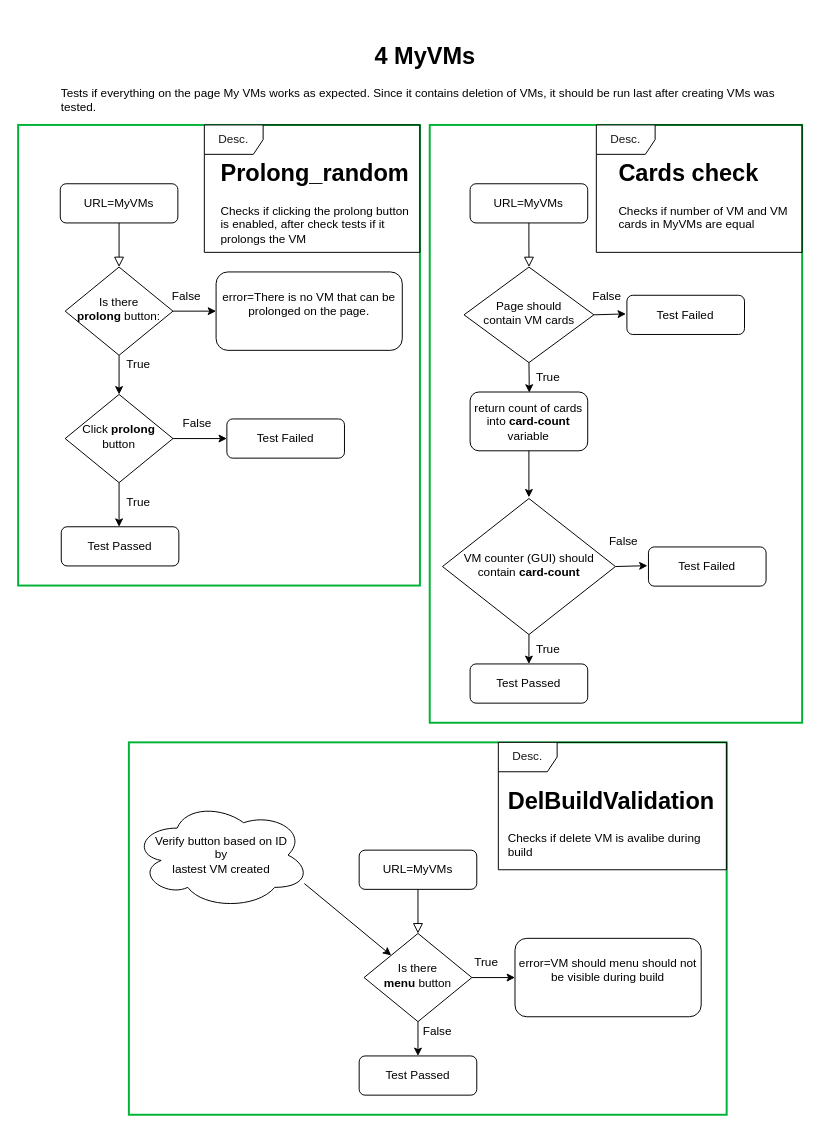
MartinBlazek6/Project keeps this draw.io diagram as 4_MyVMS.drawio. Above is the earlier version. Source tidied: cells renumbered, new cells numbered last; positions are measured from the earlier drawing's top-left corner, leaving out a move shared by most shapes. Both pictures are drawn from the tidied source at 98%, with x=0, y=0 at pixel (18, 36).
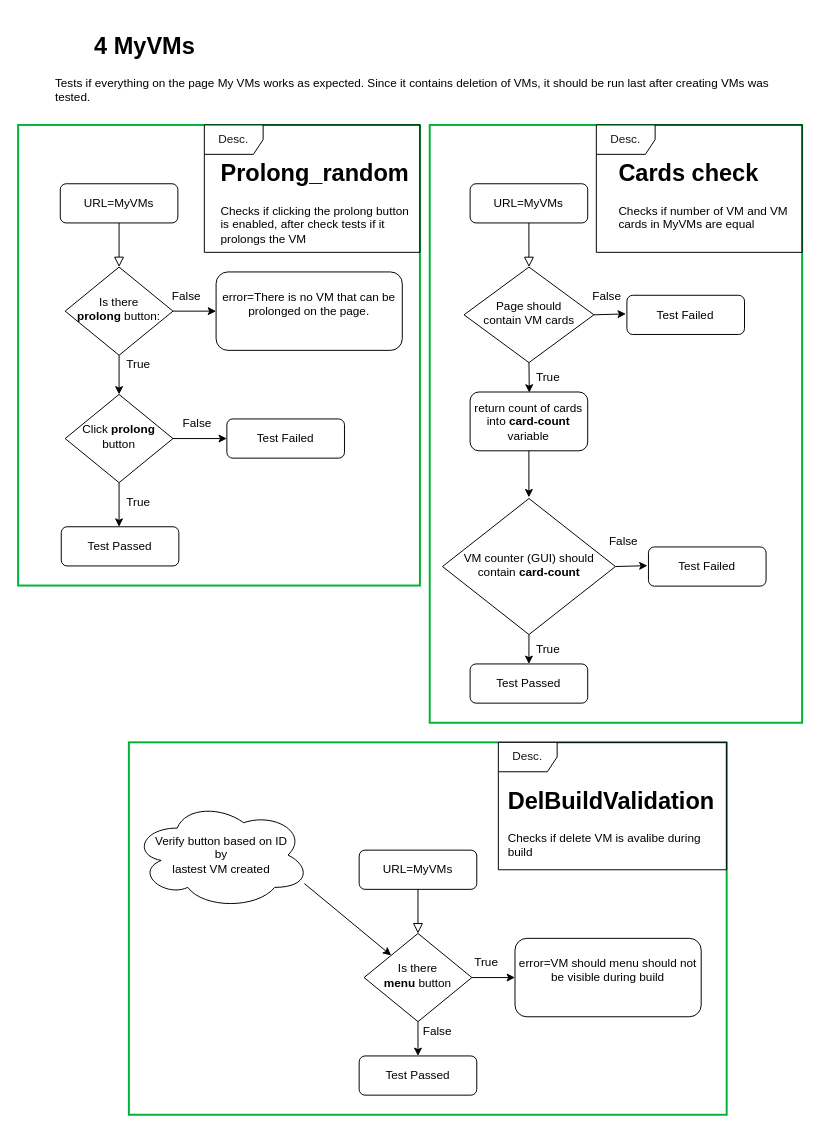
After the change.

Diff of the diagram source:
```diff
@@
-    <mxCell id="45" value="&lt;h1&gt;&lt;span style=&quot;white-space: pre&quot;&gt;&#9;&lt;/span&gt;&lt;span style=&quot;white-space: pre&quot;&gt;&#9;&lt;/span&gt;&lt;span style=&quot;white-space: pre&quot;&gt;&#9;&lt;/span&gt;&lt;span style=&quot;white-space: pre&quot;&gt;&#9;&lt;/span&gt;&lt;span style=&quot;white-space: pre&quot;&gt;&#9;&lt;/span&gt;&lt;span style=&quot;white-space: pre&quot;&gt;&#9;&lt;/span&gt;4 MyVMs&lt;/h1&gt;&lt;p&gt;Tests if everything on the page My VMs works as expected. Since it contains deletion of VMs, it should be run last after creating VMs was tested.&lt;/p&gt;" style="text;html=1;strokeColor=none;fillColor=none;spacing=5;spacingTop=-20;whiteSpace=wrap;overflow=hidden;rounded=0;" parent="1" vertex="1">
-      <mxGeometry x="39" width="750" height="120" as="geometry" />
+    <mxCell id="45" value="&lt;h1&gt;&lt;span style=&quot;white-space: pre&quot;&gt; &lt;/span&gt;&lt;span style=&quot;white-space: pre&quot;&gt; &lt;/span&gt;&lt;span style=&quot;white-space: pre&quot;&gt; &lt;/span&gt;&lt;span style=&quot;white-space: pre&quot;&gt; &lt;/span&gt;&lt;span style=&quot;white-space: pre&quot;&gt; &lt;/span&gt;&lt;span style=&quot;white-space: pre&quot;&gt; &lt;/span&gt;4 MyVMs&lt;/h1&gt;&lt;p&gt;Tests if everything on the page My VMs works as expected. Since it contains deletion of VMs, it should be run last after creating VMs was tested.&lt;/p&gt;" style="text;html=1;strokeColor=none;fillColor=none;spacing=5;spacingTop=-20;whiteSpace=wrap;overflow=hidden;rounded=0;" parent="1" vertex="1">
+      <mxGeometry x="33" y="-10" width="750" height="120" as="geometry" />
     </mxCell>
```
